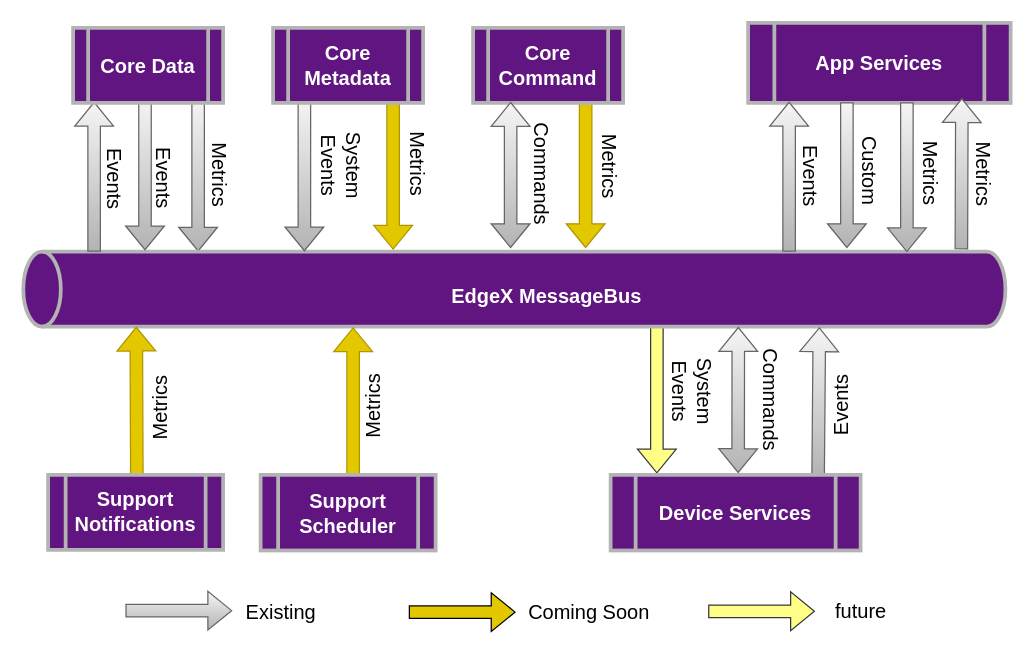
The draw.io diagram docs_src/microservices/general/messagebus diagram.drawio in edgexfoundry/edgex-docs, before the edit. Source tidied: cells renumbered, new cells numbered last; positions are measured from the earlier drawing's top-left corner, leaving out a move shared by most shapes. Both pictures are drawn from the tidied source at 125%, with x=0, y=0 at pixel (48, -202).
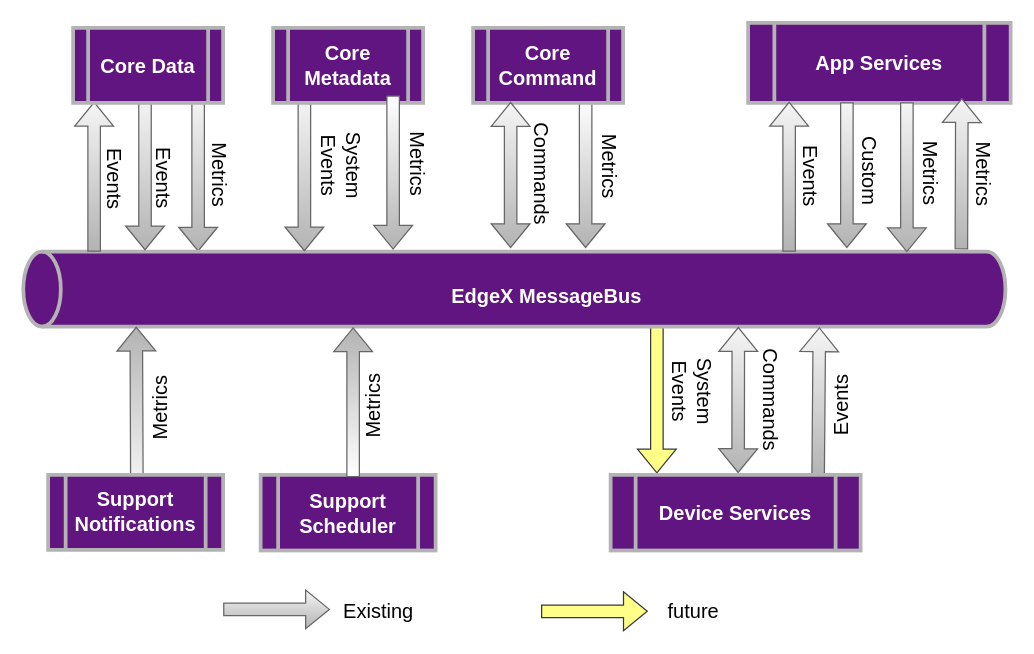
Above is the later version.

Commit message (it also covers changes not shown here):
refactor: Update MessageBus diagram for existing functionality (#922)

The change refers to these unchanged cells:
```xml
<mxCell id="20" style="group;" parent="19" vertex="1">
  <mxGeometry width="35" height="85" as="geometry" />
</mxCell>
```

What changed in the source:
```diff
@@
-    <mxCell id="13" style="shape=flexArrow;endArrow=classic;html=1;rounded=0;fontSize=16;fillColor=#e3c800;strokeColor=#B09500;" parent="1" edge="1">
+    <mxCell id="13" style="shape=flexArrow;endArrow=classic;html=1;rounded=0;fontSize=16;fillColor=#f5f5f5;strokeColor=#666666;gradientColor=#B3B3B3;gradientDirection=north;" parent="1" edge="1">
       <mxGeometry relative="1" as="geometry">
         <mxPoint x="71" y="550" as="sourcePoint" />
         <mxPoint x="70.5" y="422.8" as="targetPoint" />
       </mxGeometry>
     </mxCell>
@@
-    <mxCell id="15" style="group;" parent="1" vertex="1">
-      <mxGeometry x="276" y="237.8" width="35" height="123.5" as="geometry" />
-    </mxCell>
-    <mxCell id="16" style="group;" parent="15" vertex="1">
-      <mxGeometry width="35" height="123.5" as="geometry" />
-    </mxCell>
-    <mxCell id="17" style="shape=flexArrow;endArrow=classic;html=1;rounded=0;fontSize=16;fillColor=#e3c800;strokeColor=#B09500;" parent="16" edge="1">
-      <mxGeometry relative="1" as="geometry">
-        <mxPoint as="sourcePoint" />
-        <mxPoint y="123.5" as="targetPoint" />
-      </mxGeometry>
-    </mxCell>
-    <mxCell id="18" value="Metrics" style="text;html=1;strokeColor=none;fillColor=none;align=center;verticalAlign=middle;whiteSpace=wrap;rounded=0;fontSize=16;rotation=90;" parent="16" vertex="1">
-      <mxGeometry x="-10" y="40" width="60" height="30" as="geometry" />
-    </mxCell>
@@
-    <mxCell id="21" style="shape=flexArrow;endArrow=classic;html=1;rounded=0;fontSize=16;fillColor=#e3c800;strokeColor=#B09500;" parent="20" edge="1">
+    <mxCell id="21" style="shape=flexArrow;endArrow=classic;html=1;rounded=0;fontSize=16;fillColor=#FFFFFF;strokeColor=#666666;gradientColor=#B3B3B3;" parent="20" edge="1">
       <mxGeometry relative="1" as="geometry">
         <mxPoint as="sourcePoint" />
         <mxPoint y="120.2" as="targetPoint" />
       </mxGeometry>
     </mxCell>
@@
-    <mxCell id="41" style="group;" parent="1" vertex="1">
-      <mxGeometry x="236" y="412.4" width="34" height="106.7" as="geometry" />
-    </mxCell>
-    <mxCell id="42" style="shape=flexArrow;endArrow=classic;html=1;rounded=0;fontSize=16;fillColor=#e3c800;strokeColor=#B09500;" parent="41" edge="1">
-      <mxGeometry relative="1" as="geometry">
-        <mxPoint x="8" y="130.8" as="sourcePoint" />
-        <mxPoint x="8" y="10.9" as="targetPoint" />
-      </mxGeometry>
-    </mxCell>
-    <mxCell id="43" value="Metrics" style="text;html=1;strokeColor=none;fillColor=none;align=center;verticalAlign=middle;whiteSpace=wrap;rounded=0;fontSize=16;rotation=-90;" parent="41" vertex="1">
-      <mxGeometry x="-6" y="57.6" width="60" height="32.7" as="geometry" />
-    </mxCell>
@@
     <mxCell id="50" style="shape=flexArrow;endArrow=classic;html=1;rounded=0;fontSize=16;fillColor=#ffff88;strokeColor=#36393d;" parent="1" edge="1">
       <mxGeometry relative="1" as="geometry">
-        <mxPoint x="528" y="650.5" as="sourcePoint" />
-        <mxPoint x="613.5" y="650.5" as="targetPoint" />
+        <mxPoint x="394.3" y="650.5" as="sourcePoint" />
+        <mxPoint x="479.8" y="650.5" as="targetPoint" />
       </mxGeometry>
     </mxCell>
-    <mxCell id="51" style="shape=flexArrow;endArrow=classic;html=1;rounded=0;fontSize=16;fillColor=#e3c800;strokeColor=#000000;" parent="1" edge="1">
-      <mxGeometry relative="1" as="geometry">
-        <mxPoint x="288.5" y="651.2" as="sourcePoint" />
-        <mxPoint x="374" y="651.2" as="targetPoint" />
-      </mxGeometry>
-    </mxCell>
     <mxCell id="52" style="shape=flexArrow;endArrow=classic;html=1;rounded=0;fontSize=16;fillColor=#f5f5f5;gradientColor=#b3b3b3;strokeColor=#666666;" parent="1" edge="1">
       <mxGeometry relative="1" as="geometry">
-        <mxPoint x="61.8" y="650" as="sourcePoint" />
-        <mxPoint x="147.3" y="650" as="targetPoint" />
+        <mxPoint x="140" y="649" as="sourcePoint" />
+        <mxPoint x="225.5" y="649" as="targetPoint" />
       </mxGeometry>
     </mxCell>
     <mxCell id="53" value="Existing" style="text;html=1;strokeColor=none;fillColor=none;align=center;verticalAlign=middle;whiteSpace=wrap;rounded=0;fontSize=16;" parent="1" vertex="1">
-      <mxGeometry x="154.1" y="640" width="64.9" height="22.5" as="geometry" />
+      <mxGeometry x="232.3" y="639" width="64.9" height="22.5" as="geometry" />
     </mxCell>
     <mxCell id="54" value="future" style="text;html=1;strokeColor=none;fillColor=none;align=center;verticalAlign=middle;whiteSpace=wrap;rounded=0;fontSize=16;" parent="1" vertex="1">
-      <mxGeometry x="617.8" y="639" width="64.9" height="22.5" as="geometry" />
+      <mxGeometry x="484.1" y="639" width="64.9" height="22.5" as="geometry" />
     </mxCell>
-    <mxCell id="55" value="Coming Soon" style="text;html=1;strokeColor=none;fillColor=none;align=center;verticalAlign=middle;whiteSpace=wrap;rounded=0;fontSize=16;" parent="1" vertex="1">
-      <mxGeometry x="378.8" y="640" width="108.2" height="22.5" as="geometry" />
-    </mxCell>
@@
+    <mxCell id="42" style="shape=flexArrow;endArrow=classic;html=1;rounded=0;fontSize=16;fillColor=#FFFFFF;strokeColor=#666666;gradientColor=#B3B3B3;gradientDirection=north;" parent="1" edge="1">
+      <mxGeometry relative="1" as="geometry">
+        <mxPoint x="244" y="543.2" as="sourcePoint" />
+        <mxPoint x="244" y="423.3" as="targetPoint" />
+      </mxGeometry>
+    </mxCell>
+    <mxCell id="43" value="Metrics" style="text;html=1;strokeColor=none;fillColor=none;align=center;verticalAlign=middle;whiteSpace=wrap;rounded=0;fontSize=16;rotation=-90;" parent="1" vertex="1">
+      <mxGeometry x="230" y="469.9" width="60" height="32.7" as="geometry" />
+    </mxCell>
+    <mxCell id="16" style="group;" parent="1" vertex="1">
+      <mxGeometry x="276" y="237.8" width="35" height="123.5" as="geometry" />
+    </mxCell>
+    <mxCell id="17" style="shape=flexArrow;endArrow=classic;html=1;rounded=0;fontSize=16;fillColor=#FFFFFF;strokeColor=#666666;gradientColor=#B3B3B3;" parent="16" edge="1">
+      <mxGeometry relative="1" as="geometry">
+        <mxPoint as="sourcePoint" />
+        <mxPoint y="123.5" as="targetPoint" />
+      </mxGeometry>
+    </mxCell>
+    <mxCell id="18" value="Metrics" style="text;html=1;strokeColor=none;fillColor=none;align=center;verticalAlign=middle;whiteSpace=wrap;rounded=0;fontSize=16;rotation=90;" parent="16" vertex="1">
+      <mxGeometry x="-10" y="40" width="60" height="30" as="geometry" />
+    </mxCell>
```
